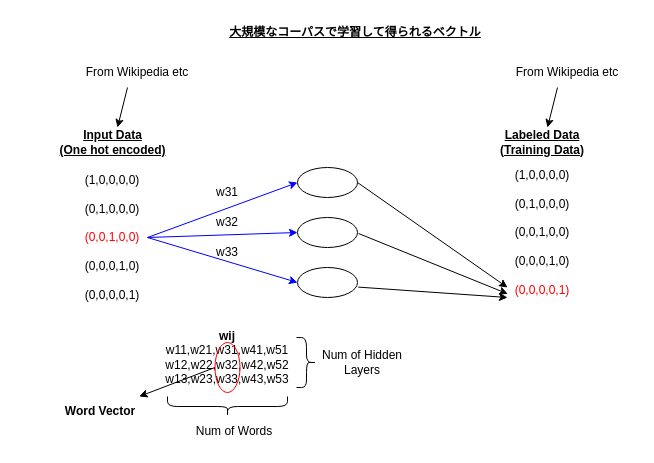
developer-onizuka/Diagrams keeps this draw.io diagram as MachineLearningOnAWS/Word2vec.drawio. Above is the earlier version. Source tidied: cells renumbered, new cells numbered last; positions are measured from the earlier drawing's top-left corner, leaving out a move shared by most shapes. Both pictures are drawn from the tidied source at 100%, with x=0, y=0 at pixel (55, 17).
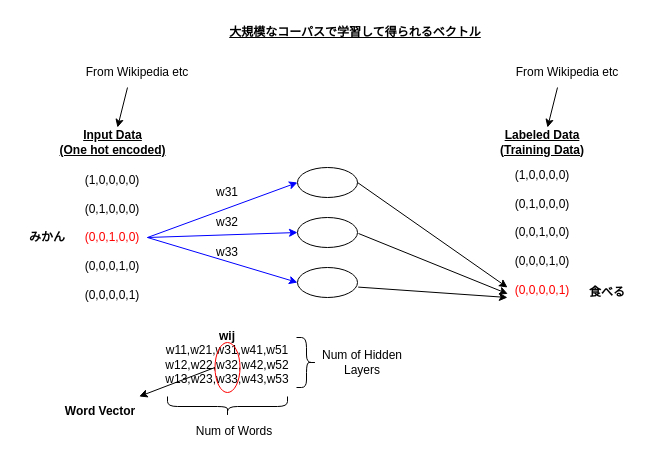
After the change.

Change to the diagram source:
```diff
@@
+    <mxCell id="31" value="&lt;b&gt;みかん&lt;/b&gt;" style="text;html=1;strokeColor=none;fillColor=none;align=center;verticalAlign=middle;whiteSpace=wrap;rounded=0;" parent="1" vertex="1">
+      <mxGeometry x="-38" y="205" width="60" height="30" as="geometry" />
+    </mxCell>
+    <mxCell id="32" value="&lt;b&gt;食べる&lt;/b&gt;" style="text;html=1;strokeColor=none;fillColor=none;align=center;verticalAlign=middle;whiteSpace=wrap;rounded=0;" parent="1" vertex="1">
+      <mxGeometry x="522" y="260" width="60" height="30" as="geometry" />
+    </mxCell>
```
